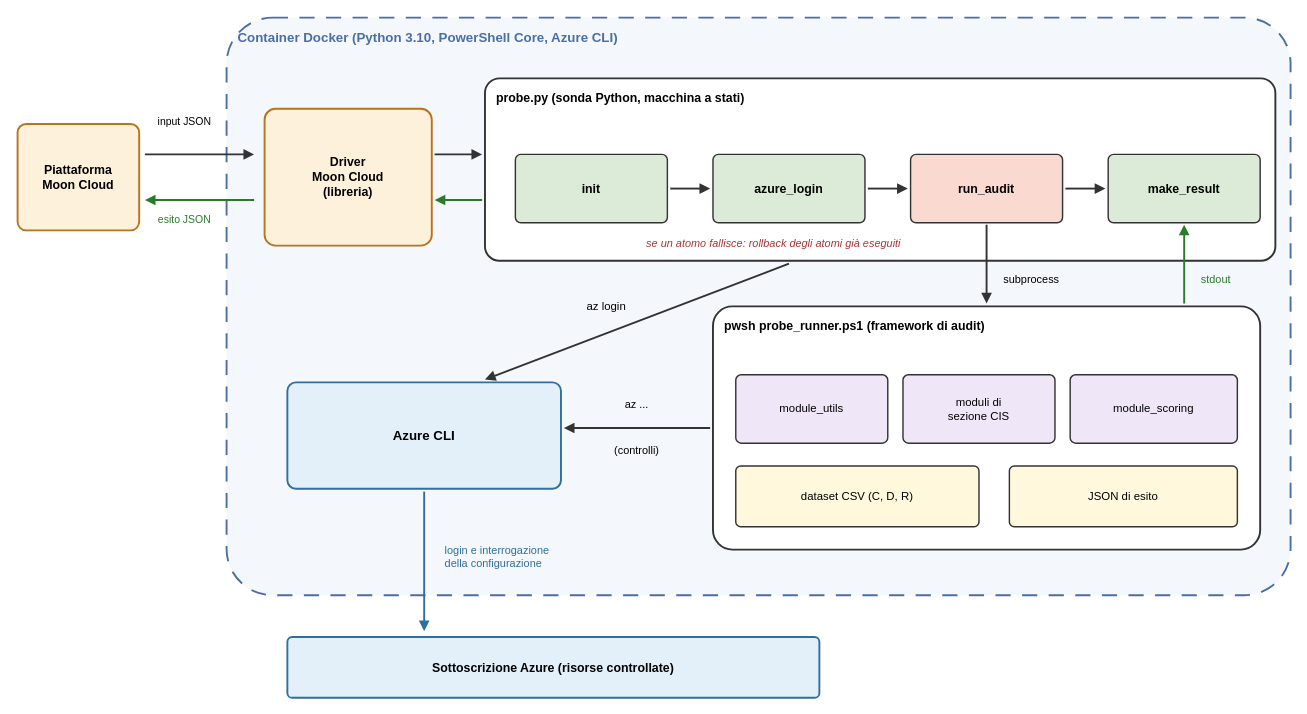
Before: Tesi/img/architettura_sonda_moon_cloud.drawio in MasterCruelty/Thesis-CIS-Assessment, a draw.io diagram. Source tidied: cells renumbered, new cells numbered last; positions are measured from the earlier drawing's top-left corner, leaving out a move shared by most shapes. Both pictures are drawn from the tidied source at 95%, with x=0, y=0 at pixel (17, 17).
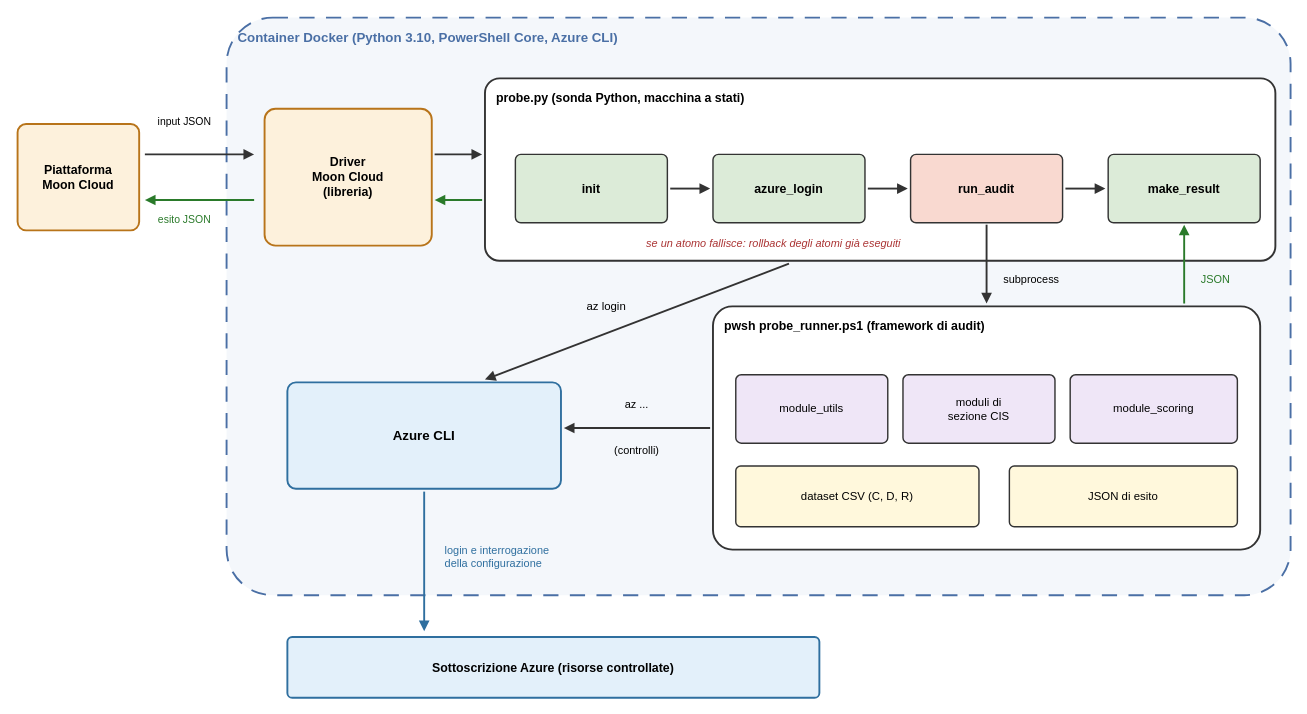
The same page after the edit.

Change to the diagram source:
```diff
@@
-    <mxCell id="32" value="stdout" style="text;html=1;strokeColor=none;fillColor=none;align=left;verticalAlign=middle;whiteSpace=wrap;fontSize=11.5;fontColor=#2a7a2a;fontStyle=0;" parent="1" vertex="1">
+    <mxCell id="32" value="JSON" style="text;html=1;strokeColor=none;fillColor=none;align=left;verticalAlign=middle;whiteSpace=wrap;fontSize=11.5;fontColor=#2a7a2a;fontStyle=0;" parent="1" vertex="1">
       <mxGeometry x="1244" y="258" width="64" height="36" as="geometry" />
     </mxCell>
```
